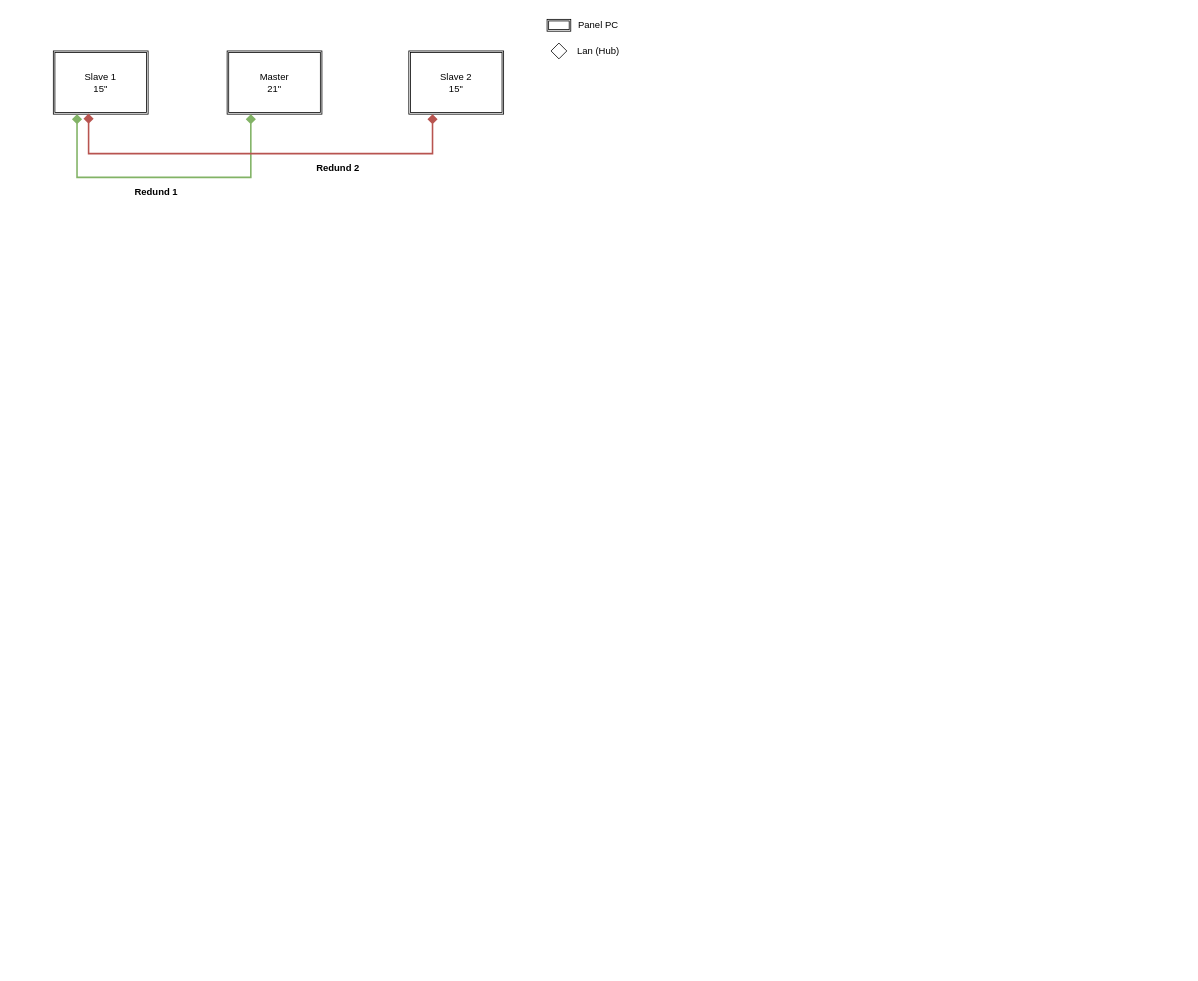
The draw.io diagram Sistem Diagram AMS.drawio in Dimasariza/Arduino, before the edit. Source tidied: cells renumbered, new cells numbered last; positions are measured from the earlier drawing's top-left corner, leaving out a move shared by most shapes. Both pictures are drawn from the tidied source at 79%, with x=0, y=0 at pixel (53, 13).
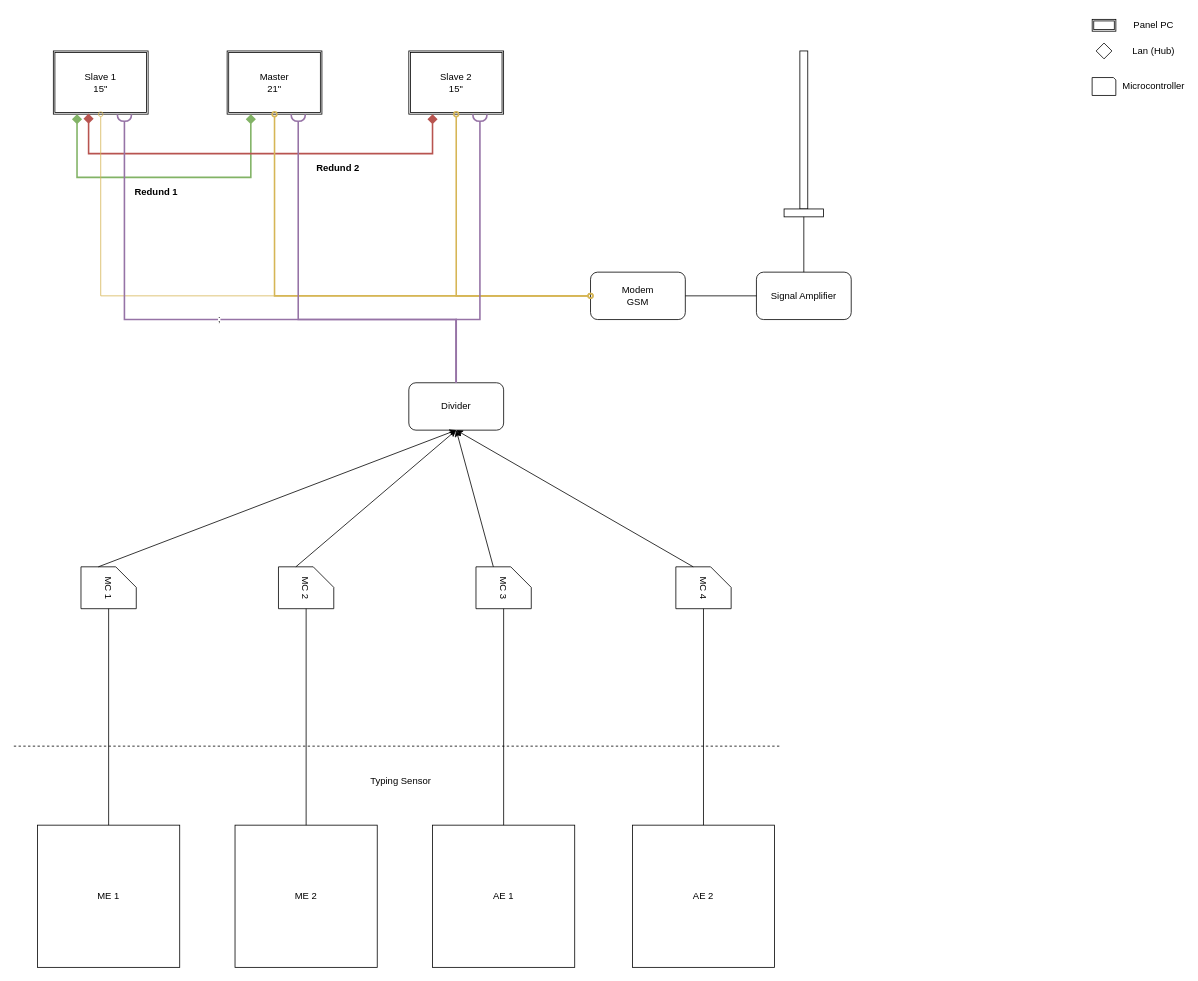
The same diagram, later.

The change refers to these unchanged cells:
```xml
<mxCell id="2" value="Slave 1&lt;br&gt;15&quot;" style="shape=ext;double=1;rounded=0;whiteSpace=wrap;html=1;" parent="1" vertex="1">
  <mxGeometry y="48" width="120" height="80" as="geometry" />
</mxCell>
<mxCell id="3" value="Master&lt;br&gt;21&quot;" style="shape=ext;double=1;rounded=0;whiteSpace=wrap;html=1;" parent="1" vertex="1">
  <mxGeometry x="220" y="48" width="120" height="80" as="geometry" />
</mxCell>
<mxCell id="4" value="Slave 2&lt;br&gt;15&quot;" style="shape=ext;double=1;rounded=0;whiteSpace=wrap;html=1;" parent="1" vertex="1">
  <mxGeometry x="450" y="48" width="120" height="80" as="geometry" />
</mxCell>
```

Diff of the diagram source:
```diff
@@
     <mxCell id="9" style="rhombus;whiteSpace=wrap;html=1;" parent="1" vertex="1">
-      <mxGeometry x="630" y="38" width="20" height="20" as="geometry" />
+      <mxGeometry x="1320" y="38" width="20" height="20" as="geometry" />
     </mxCell>
     <mxCell id="10" value="Lan (Hub)" style="text;html=1;strokeColor=none;fillColor=none;align=center;verticalAlign=middle;whiteSpace=wrap;rounded=0;" parent="1" vertex="1">
-      <mxGeometry x="660" y="33" width="60" height="30" as="geometry" />
+      <mxGeometry x="1363" y="33" width="60" height="30" as="geometry" />
     </mxCell>
     <mxCell id="11" style="shape=ext;double=1;rounded=0;whiteSpace=wrap;html=1;" parent="1" vertex="1">
-      <mxGeometry x="625" y="8" width="30" height="15" as="geometry" />
+      <mxGeometry x="1315" y="8" width="30" height="15" as="geometry" />
     </mxCell>
     <mxCell id="12" value="Panel PC" style="text;html=1;strokeColor=none;fillColor=none;align=center;verticalAlign=middle;whiteSpace=wrap;rounded=0;" parent="1" vertex="1">
-      <mxGeometry x="660" y="0.5" width="60" height="30" as="geometry" />
+      <mxGeometry x="1363" y="0.5" width="60" height="30" as="geometry" />
     </mxCell>
+    <mxCell id="13" value="MC 1" style="shape=card;whiteSpace=wrap;html=1;rotation=90;size=26;" parent="1" vertex="1">
+      <mxGeometry x="43.5" y="692.5" width="53" height="70" as="geometry" />
+    </mxCell>
+    <mxCell id="14" value="MC 2" style="shape=card;whiteSpace=wrap;html=1;rotation=90;size=26;" parent="1" vertex="1">
+      <mxGeometry x="293.5" y="692.5" width="53" height="70" as="geometry" />
+    </mxCell>
+    <mxCell id="15" value="MC 3" style="shape=card;whiteSpace=wrap;html=1;rotation=90;size=26;" parent="1" vertex="1">
+      <mxGeometry x="543.5" y="692.5" width="53" height="70" as="geometry" />
+    </mxCell>
+    <mxCell id="16" value="MC 4" style="shape=card;whiteSpace=wrap;html=1;rotation=90;size=26;" parent="1" vertex="1">
+      <mxGeometry x="796.5" y="692.5" width="53" height="70" as="geometry" />
+    </mxCell>
+    <mxCell id="17" style="shape=card;whiteSpace=wrap;html=1;rotation=90;size=3;" parent="1" vertex="1">
+      <mxGeometry x="1318.6" y="78" width="22.7" height="30" as="geometry" />
+    </mxCell>
+    <mxCell id="18" value="Microcontroller" style="text;html=1;strokeColor=none;fillColor=none;align=center;verticalAlign=middle;whiteSpace=wrap;rounded=0;" parent="1" vertex="1">
+      <mxGeometry x="1363" y="78" width="60" height="30" as="geometry" />
+    </mxCell>
+    <mxCell id="19" value="ME 1" style="whiteSpace=wrap;html=1;" parent="1" vertex="1">
+      <mxGeometry x="-20" y="1028" width="180" height="180" as="geometry" />
+    </mxCell>
+    <mxCell id="20" value="ME 2" style="whiteSpace=wrap;html=1;" parent="1" vertex="1">
+      <mxGeometry x="230" y="1028" width="180" height="180" as="geometry" />
+    </mxCell>
+    <mxCell id="21" value="AE 1" style="whiteSpace=wrap;html=1;" parent="1" vertex="1">
+      <mxGeometry x="480" y="1028" width="180" height="180" as="geometry" />
+    </mxCell>
+    <mxCell id="22" value="AE 2" style="whiteSpace=wrap;html=1;" parent="1" vertex="1">
+      <mxGeometry x="733" y="1028" width="180" height="180" as="geometry" />
+    </mxCell>
+    <mxCell id="23" style="endArrow=none;html=1;rounded=0;exitX=0.5;exitY=0;exitDx=0;exitDy=0;entryX=1;entryY=0.5;entryDx=0;entryDy=0;entryPerimeter=0;" parent="1" edge="1" source="19" target="13">
+      <mxGeometry relative="1" as="geometry" />
+    </mxCell>
+    <mxCell id="24" style="endArrow=none;html=1;rounded=0;entryX=1;entryY=0.5;entryDx=0;entryDy=0;entryPerimeter=0;exitX=0.5;exitY=0;exitDx=0;exitDy=0;" parent="1" edge="1" source="20" target="14">
+      <mxGeometry relative="1" as="geometry" />
+    </mxCell>
+    <mxCell id="25" style="endArrow=none;html=1;rounded=0;entryX=1;entryY=0.5;entryDx=0;entryDy=0;entryPerimeter=0;exitX=0.5;exitY=0;exitDx=0;exitDy=0;" parent="1" edge="1" source="21" target="15">
+      <mxGeometry relative="1" as="geometry" />
+    </mxCell>
+    <mxCell id="26" style="endArrow=none;html=1;rounded=0;entryX=1;entryY=0.5;entryDx=0;entryDy=0;entryPerimeter=0;exitX=0.5;exitY=0;exitDx=0;exitDy=0;" parent="1" edge="1" source="22" target="16">
+      <mxGeometry relative="1" as="geometry" />
+    </mxCell>
+    <mxCell id="27" value="Modem&lt;br&gt;GSM" style="rounded=1;whiteSpace=wrap;html=1;" parent="1" vertex="1">
+      <mxGeometry x="680" y="328" width="120" height="60" as="geometry" />
+    </mxCell>
+    <mxCell id="28" style="rounded=0;whiteSpace=wrap;html=1;" parent="1" vertex="1">
+      <mxGeometry x="945" y="48" width="10" height="200" as="geometry" />
+    </mxCell>
+    <mxCell id="29" style="rounded=0;whiteSpace=wrap;html=1;" parent="1" vertex="1">
+      <mxGeometry x="925" y="248" width="50" height="10" as="geometry" />
+    </mxCell>
+    <mxCell id="30" style="endArrow=oval;html=1;rounded=0;exitX=0.5;exitY=1;exitDx=0;exitDy=0;fillColor=#fff2cc;strokeColor=#d6b656;endFill=0;startArrow=oval;startFill=0;strokeWidth=2;" parent="1" edge="1" source="4" target="27">
+      <mxGeometry relative="1" as="geometry">
+        <Array as="points">
+          <mxPoint x="510" y="358" />
+        </Array>
+      </mxGeometry>
+    </mxCell>
+    <mxCell id="31" style="endArrow=oval;html=1;rounded=0;exitX=0.5;exitY=1;exitDx=0;exitDy=0;entryX=0;entryY=0.5;entryDx=0;entryDy=0;fillColor=#fff2cc;strokeColor=#d6b656;endFill=0;startArrow=oval;startFill=0;" parent="1" edge="1" source="2" target="27">
+      <mxGeometry relative="1" as="geometry">
+        <Array as="points">
+          <mxPoint x="60" y="358" />
+        </Array>
+      </mxGeometry>
+    </mxCell>
+    <mxCell id="32" style="endArrow=oval;startArrow=oval;html=1;rounded=0;exitX=0.5;exitY=1;exitDx=0;exitDy=0;fillColor=#fff2cc;strokeColor=#d6b656;strokeWidth=2;endFill=0;startFill=0;entryX=0;entryY=0.5;entryDx=0;entryDy=0;" parent="1" edge="1" source="3" target="27">
+      <mxGeometry relative="1" as="geometry">
+        <Array as="points">
+          <mxPoint x="280" y="358" />
+        </Array>
+      </mxGeometry>
+    </mxCell>
+    <mxCell id="33" value="Signal Amplifier" style="rounded=1;whiteSpace=wrap;html=1;" parent="1" vertex="1">
+      <mxGeometry x="890" y="328" width="120" height="60" as="geometry" />
+    </mxCell>
+    <mxCell id="34" style="endArrow=none;html=1;rounded=0;entryX=0;entryY=0.5;entryDx=0;entryDy=0;exitX=1;exitY=0.5;exitDx=0;exitDy=0;" parent="1" edge="1" source="27" target="33">
+      <mxGeometry relative="1" as="geometry" />
+    </mxCell>
+    <mxCell id="35" style="endArrow=none;html=1;rounded=0;entryX=0.5;entryY=1;entryDx=0;entryDy=0;exitX=0.5;exitY=0;exitDx=0;exitDy=0;" parent="1" edge="1" source="33" target="29">
+      <mxGeometry relative="1" as="geometry" />
+    </mxCell>
+    <mxCell id="36" value="Divider" style="rounded=1;whiteSpace=wrap;html=1;" parent="1" vertex="1">
+      <mxGeometry x="450" y="468" width="120" height="60" as="geometry" />
+    </mxCell>
+    <mxCell id="37" value="Typing Sensor" style="text;html=1;strokeColor=none;fillColor=none;align=center;verticalAlign=middle;whiteSpace=wrap;rounded=0;" parent="1" vertex="1">
+      <mxGeometry x="370" y="958" width="140" height="30" as="geometry" />
+    </mxCell>
+    <mxCell id="38" style="endArrow=none;dashed=1;html=1;rounded=0;" parent="1" edge="1">
+      <mxGeometry relative="1" as="geometry">
+        <mxPoint x="-50" y="928" as="sourcePoint" />
+        <mxPoint x="920" y="928" as="targetPoint" />
+      </mxGeometry>
+    </mxCell>
+    <mxCell id="39" style="endArrow=classic;html=1;rounded=0;exitX=0;exitY=0;exitDx=0;exitDy=48;exitPerimeter=0;entryX=0.5;entryY=1;entryDx=0;entryDy=0;" parent="1" edge="1" source="13" target="36">
+      <mxGeometry relative="1" as="geometry" />
+    </mxCell>
+    <mxCell id="40" style="endArrow=classic;html=1;rounded=0;exitX=0;exitY=0;exitDx=0;exitDy=48;exitPerimeter=0;entryX=0.5;entryY=1;entryDx=0;entryDy=0;" parent="1" edge="1" source="14" target="36">
+      <mxGeometry relative="1" as="geometry" />
+    </mxCell>
+    <mxCell id="41" style="endArrow=classic;html=1;rounded=0;exitX=0;exitY=0;exitDx=0;exitDy=48;exitPerimeter=0;entryX=0.5;entryY=1;entryDx=0;entryDy=0;" parent="1" edge="1" source="15" target="36">
+      <mxGeometry relative="1" as="geometry" />
+    </mxCell>
+    <mxCell id="42" style="endArrow=classic;html=1;rounded=0;exitX=0;exitY=0;exitDx=0;exitDy=48;exitPerimeter=0;entryX=0.5;entryY=1;entryDx=0;entryDy=0;" parent="1" edge="1" source="16" target="36">
+      <mxGeometry relative="1" as="geometry" />
+    </mxCell>
+    <mxCell id="43" style="endArrow=halfCircle;html=1;rounded=0;exitX=0.5;exitY=0;exitDx=0;exitDy=0;entryX=0.75;entryY=1;entryDx=0;entryDy=0;endFill=0;strokeWidth=2;fillColor=#e1d5e7;strokeColor=#9673a6;" parent="1" edge="1" source="36" target="4">
+      <mxGeometry relative="1" as="geometry">
+        <Array as="points">
+          <mxPoint x="510" y="388" />
+          <mxPoint x="540" y="388" />
+        </Array>
+      </mxGeometry>
+    </mxCell>
+    <mxCell id="44" style="endArrow=halfCircle;html=1;rounded=0;entryX=0.75;entryY=1;entryDx=0;entryDy=0;endFill=0;strokeWidth=2;fillColor=#e1d5e7;strokeColor=#9673a6;exitX=0.5;exitY=0;exitDx=0;exitDy=0;" parent="1" edge="1" source="36" target="3">
+      <mxGeometry relative="1" as="geometry">
+        <Array as="points">
+          <mxPoint x="510" y="388" />
+          <mxPoint x="310" y="388" />
+        </Array>
+      </mxGeometry>
+    </mxCell>
+    <mxCell id="45" value=";" style="endArrow=halfCircle;html=1;rounded=0;entryX=0.75;entryY=1;entryDx=0;entryDy=0;endFill=0;strokeWidth=2;fillColor=#e1d5e7;strokeColor=#9673a6;exitX=0.5;exitY=0;exitDx=0;exitDy=0;" parent="1" edge="1" source="36" target="2">
+      <mxGeometry relative="1" as="geometry">
+        <Array as="points">
+          <mxPoint x="510" y="388" />
+          <mxPoint x="90" y="388" />
+        </Array>
+      </mxGeometry>
+    </mxCell>
```
